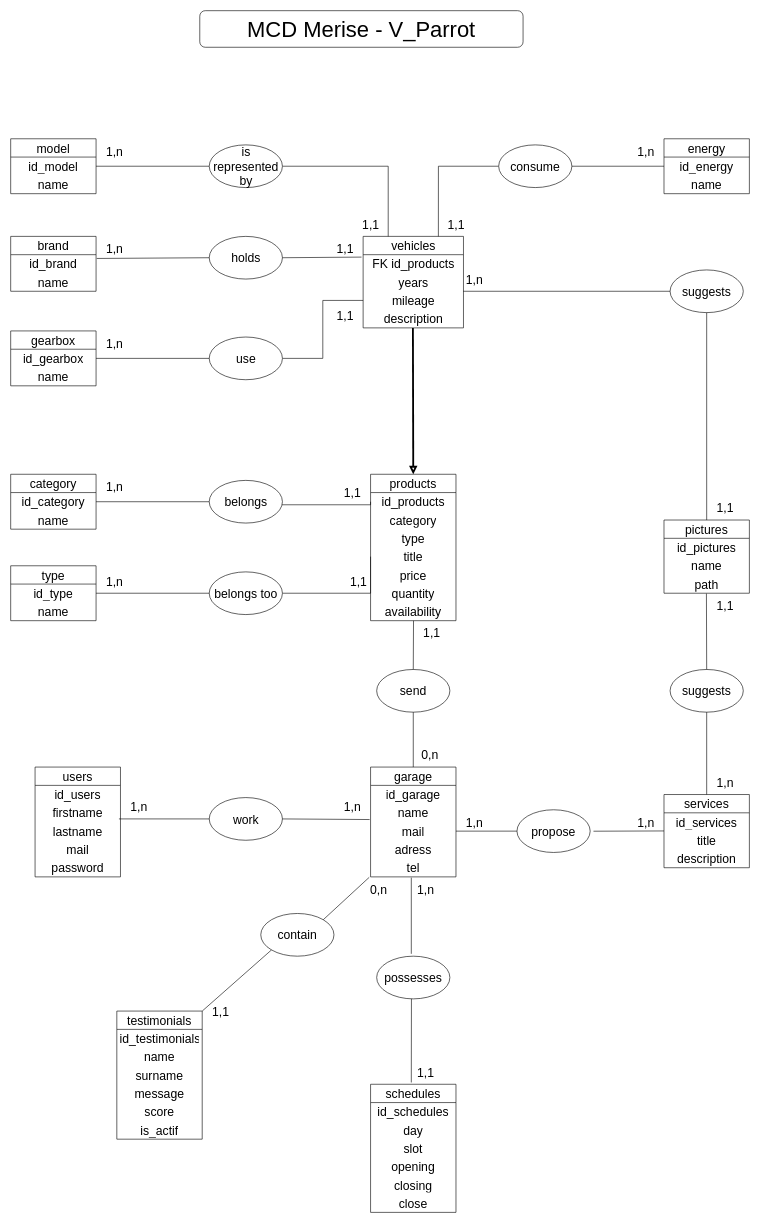
Lykoleen/SF_V_Parrot keeps this draw.io diagram as doc/MCD.drawio. Above is the earlier version. Source tidied: cells renumbered, new cells numbered last; positions are measured from the earlier drawing's top-left corner, leaving out a move shared by most shapes. Both pictures are drawn from the tidied source at 61%, with x=0, y=0 at pixel (10, 10).
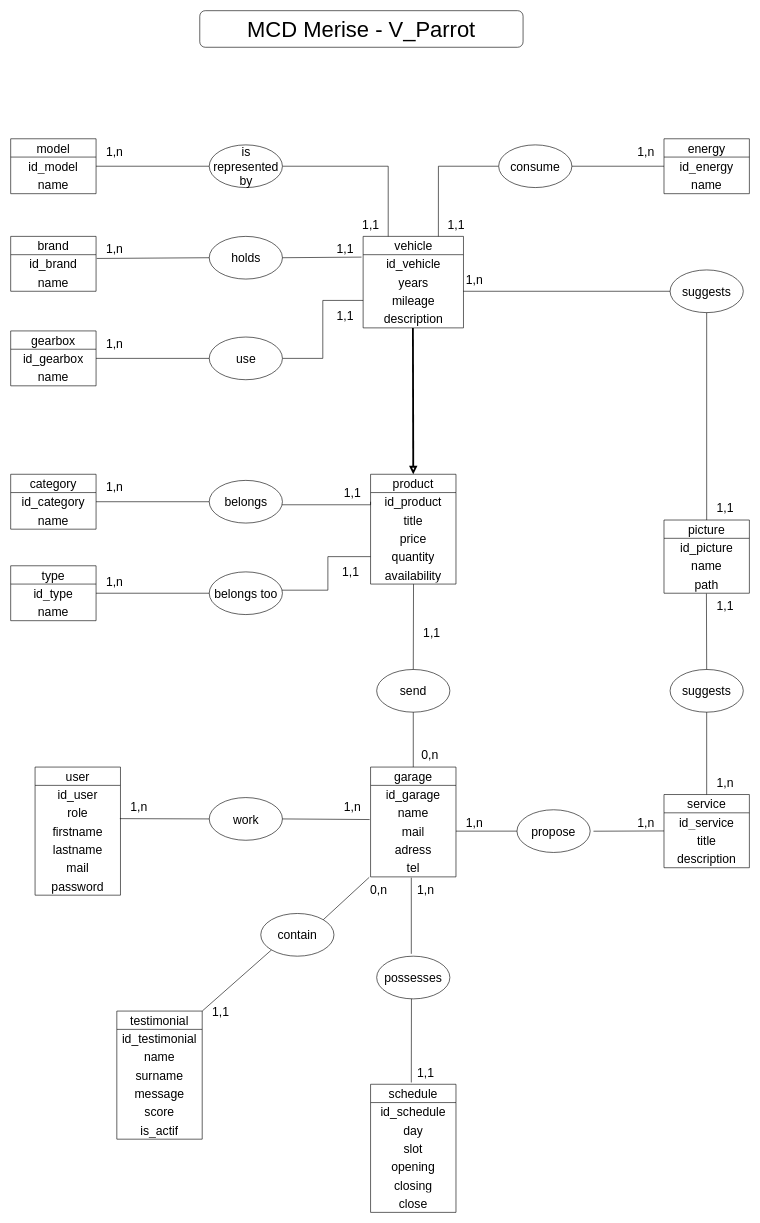
Above is the later version.

Unchanged cells that the change refers to:
```xml
<mxCell id="61" value="work" style="ellipse;whiteSpace=wrap;html=1;fontSize=20;" parent="1" vertex="1">
  <mxGeometry x="325.5" y="1290" width="120" height="70" as="geometry" />
</mxCell>
<mxCell id="65" value="1,n" style="text;html=1;align=center;verticalAlign=middle;points=[];strokeColor=none;fillColor=none;fontSize=20;" parent="1" vertex="1">
  <mxGeometry x="180" y="1285" width="60" height="40" as="geometry" />
</mxCell>
<mxCell id="112" value="belongs too" style="ellipse;whiteSpace=wrap;html=1;fontSize=20;" parent="1" vertex="1">
  <mxGeometry x="325.5" y="920" width="120" height="70" as="geometry" />
</mxCell>
```

The edit, as a diff of the source:
```diff
@@
-    <mxCell id="3" value="schedules" style="swimlane;fontStyle=0;horizontal=1;startSize=30;whiteSpace=wrap;html=1;align=center;fontSize=20;" parent="1" vertex="1">
+    <mxCell id="3" value="schedule" style="swimlane;fontStyle=0;horizontal=1;startSize=30;whiteSpace=wrap;html=1;align=center;fontSize=20;" parent="1" vertex="1">
       <mxGeometry x="590" y="1760" width="140" height="210" as="geometry" />
     </mxCell>
-    <mxCell id="4" value="id_schedules" style="text;strokeColor=none;fillColor=none;align=center;verticalAlign=middle;spacingLeft=4;spacingRight=4;overflow=hidden;whiteSpace=wrap;html=1;fontSize=20;" parent="3" vertex="1">
+    <mxCell id="4" value="id_schedule" style="text;strokeColor=none;fillColor=none;align=center;verticalAlign=middle;spacingLeft=4;spacingRight=4;overflow=hidden;whiteSpace=wrap;html=1;fontSize=20;" parent="3" vertex="1">
       <mxGeometry y="30" width="140" height="30" as="geometry" />
     </mxCell>
@@
-    <mxCell id="22" value="services" style="swimlane;fontStyle=0;horizontal=1;startSize=30;whiteSpace=wrap;html=1;align=center;fontSize=20;" parent="1" vertex="1">
+    <mxCell id="22" value="service" style="swimlane;fontStyle=0;horizontal=1;startSize=30;whiteSpace=wrap;html=1;align=center;fontSize=20;" parent="1" vertex="1">
       <mxGeometry x="1071" y="1285" width="140" height="120" as="geometry" />
     </mxCell>
-    <mxCell id="23" value="id_services" style="text;strokeColor=none;fillColor=none;align=center;verticalAlign=middle;spacingLeft=4;spacingRight=4;overflow=hidden;whiteSpace=wrap;html=1;fontSize=20;" parent="22" vertex="1">
+    <mxCell id="23" value="id_service" style="text;strokeColor=none;fillColor=none;align=center;verticalAlign=middle;spacingLeft=4;spacingRight=4;overflow=hidden;whiteSpace=wrap;html=1;fontSize=20;" parent="22" vertex="1">
       <mxGeometry y="30" width="140" height="30" as="geometry" />
     </mxCell>
@@
-    <mxCell id="28" value="testimonials" style="swimlane;fontStyle=0;horizontal=1;startSize=30;whiteSpace=wrap;html=1;align=center;fontSize=20;" parent="1" vertex="1">
+    <mxCell id="28" value="testimonial" style="swimlane;fontStyle=0;horizontal=1;startSize=30;whiteSpace=wrap;html=1;align=center;fontSize=20;" parent="1" vertex="1">
       <mxGeometry x="174" y="1640" width="140" height="210" as="geometry" />
     </mxCell>
-    <mxCell id="29" value="id_testimonials" style="text;strokeColor=none;fillColor=none;align=center;verticalAlign=middle;spacingLeft=4;spacingRight=4;overflow=hidden;whiteSpace=wrap;html=1;fontSize=20;" parent="28" vertex="1">
+    <mxCell id="29" value="id_testimonial" style="text;strokeColor=none;fillColor=none;align=center;verticalAlign=middle;spacingLeft=4;spacingRight=4;overflow=hidden;whiteSpace=wrap;html=1;fontSize=20;" parent="28" vertex="1">
       <mxGeometry y="30" width="140" height="30" as="geometry" />
     </mxCell>
@@
-    <mxCell id="42" value="products" style="swimlane;fontStyle=0;horizontal=1;startSize=30;whiteSpace=wrap;html=1;align=center;fontSize=20;" parent="1" vertex="1">
-      <mxGeometry x="590" y="760" width="140" height="240" as="geometry" />
+    <mxCell id="42" value="product" style="swimlane;fontStyle=0;horizontal=1;startSize=30;whiteSpace=wrap;html=1;align=center;fontSize=20;" parent="1" vertex="1">
+      <mxGeometry x="590" y="760" width="140" height="180" as="geometry" />
     </mxCell>
-    <mxCell id="43" value="id_products" style="text;strokeColor=none;fillColor=none;align=center;verticalAlign=middle;spacingLeft=4;spacingRight=4;overflow=hidden;whiteSpace=wrap;html=1;fontSize=20;" parent="42" vertex="1">
+    <mxCell id="43" value="id_product" style="text;strokeColor=none;fillColor=none;align=center;verticalAlign=middle;spacingLeft=4;spacingRight=4;overflow=hidden;whiteSpace=wrap;html=1;fontSize=20;" parent="42" vertex="1">
       <mxGeometry y="30" width="140" height="30" as="geometry" />
     </mxCell>
-    <mxCell id="44" value="category" style="text;strokeColor=none;fillColor=none;align=center;verticalAlign=middle;spacingLeft=4;spacingRight=4;overflow=hidden;whiteSpace=wrap;html=1;fontSize=20;" parent="42" vertex="1">
-      <mxGeometry y="60" width="140" height="30" as="geometry" />
-    </mxCell>
-    <mxCell id="45" value="type" style="text;strokeColor=none;fillColor=none;align=center;verticalAlign=middle;spacingLeft=4;spacingRight=4;overflow=hidden;whiteSpace=wrap;html=1;fontSize=20;" parent="42" vertex="1">
-      <mxGeometry y="90" width="140" height="30" as="geometry" />
-    </mxCell>
     <mxCell id="46" value="title" style="text;strokeColor=none;fillColor=none;align=center;verticalAlign=middle;spacingLeft=4;spacingRight=4;overflow=hidden;whiteSpace=wrap;html=1;fontSize=20;" parent="42" vertex="1">
-      <mxGeometry y="120" width="140" height="30" as="geometry" />
+      <mxGeometry y="60" width="140" height="30" as="geometry" />
     </mxCell>
     <mxCell id="47" value="price" style="text;strokeColor=none;fillColor=none;align=center;verticalAlign=middle;spacingLeft=4;spacingRight=4;overflow=hidden;whiteSpace=wrap;html=1;fontSize=20;" parent="42" vertex="1">
-      <mxGeometry y="150" width="140" height="30" as="geometry" />
+      <mxGeometry y="90" width="140" height="30" as="geometry" />
     </mxCell>
     <mxCell id="48" value="quantity" style="text;strokeColor=none;fillColor=none;align=center;verticalAlign=middle;spacingLeft=4;spacingRight=4;overflow=hidden;whiteSpace=wrap;html=1;fontSize=20;" parent="42" vertex="1">
-      <mxGeometry y="180" width="140" height="30" as="geometry" />
+      <mxGeometry y="120" width="140" height="30" as="geometry" />
     </mxCell>
     <mxCell id="49" value="availability" style="text;strokeColor=none;fillColor=none;align=center;verticalAlign=middle;spacingLeft=4;spacingRight=4;overflow=hidden;points=[[0,0.5],[1,0.5]];portConstraint=eastwest;whiteSpace=wrap;html=1;fontSize=20;" parent="42" vertex="1">
-      <mxGeometry y="210" width="140" height="30" as="geometry" />
+      <mxGeometry y="150" width="140" height="30" as="geometry" />
     </mxCell>
@@
-    <mxCell id="55" value="users" style="swimlane;fontStyle=0;horizontal=1;startSize=30;whiteSpace=wrap;html=1;align=center;fontSize=20;" parent="1" vertex="1">
-      <mxGeometry x="40" y="1240" width="140" height="180" as="geometry" />
+    <mxCell id="55" value="user" style="swimlane;fontStyle=0;horizontal=1;startSize=30;whiteSpace=wrap;html=1;align=center;fontSize=20;" parent="1" vertex="1">
+      <mxGeometry x="40" y="1240" width="140" height="210" as="geometry" />
     </mxCell>
-    <mxCell id="56" value="id_users" style="text;strokeColor=none;fillColor=none;align=center;verticalAlign=middle;spacingLeft=4;spacingRight=4;overflow=hidden;whiteSpace=wrap;html=1;fontSize=20;" parent="55" vertex="1">
+    <mxCell id="56" value="id_user" style="text;strokeColor=none;fillColor=none;align=center;verticalAlign=middle;spacingLeft=4;spacingRight=4;overflow=hidden;whiteSpace=wrap;html=1;fontSize=20;" parent="55" vertex="1">
       <mxGeometry y="30" width="140" height="30" as="geometry" />
     </mxCell>
+    <mxCell id="134" value="role" style="text;strokeColor=none;fillColor=none;align=center;verticalAlign=middle;spacingLeft=4;spacingRight=4;overflow=hidden;whiteSpace=wrap;html=1;fontSize=20;" parent="55" vertex="1">
+      <mxGeometry y="60" width="140" height="30" as="geometry" />
+    </mxCell>
     <mxCell id="57" value="firstname" style="text;strokeColor=none;fillColor=none;align=center;verticalAlign=middle;spacingLeft=4;spacingRight=4;overflow=hidden;whiteSpace=wrap;html=1;fontSize=20;" parent="55" vertex="1">
-      <mxGeometry y="60" width="140" height="30" as="geometry" />
+      <mxGeometry y="90" width="140" height="30" as="geometry" />
     </mxCell>
     <mxCell id="58" value="lastname" style="text;strokeColor=none;fillColor=none;align=center;verticalAlign=middle;spacingLeft=4;spacingRight=4;overflow=hidden;points=[[0,0.5],[1,0.5]];portConstraint=eastwest;whiteSpace=wrap;html=1;fontSize=20;" parent="55" vertex="1">
-      <mxGeometry y="90" width="140" height="30" as="geometry" />
+      <mxGeometry y="120" width="140" height="30" as="geometry" />
     </mxCell>
     <mxCell id="59" value="mail" style="text;strokeColor=none;fillColor=none;align=center;verticalAlign=middle;spacingLeft=4;spacingRight=4;overflow=hidden;whiteSpace=wrap;html=1;fontSize=20;" parent="55" vertex="1">
-      <mxGeometry y="120" width="140" height="30" as="geometry" />
+      <mxGeometry y="150" width="140" height="30" as="geometry" />
     </mxCell>
     <mxCell id="60" value="password" style="text;strokeColor=none;fillColor=none;align=center;verticalAlign=middle;spacingLeft=4;spacingRight=4;overflow=hidden;whiteSpace=wrap;html=1;fontSize=20;" parent="55" vertex="1">
-      <mxGeometry y="150" width="140" height="30" as="geometry" />
+      <mxGeometry y="180" width="140" height="30" as="geometry" />
     </mxCell>
@@
-    <mxCell id="62" style="endArrow=none;html=1;rounded=0;exitX=0.982;exitY=-0.167;exitDx=0;exitDy=0;entryX=0;entryY=0.5;entryDx=0;entryDy=0;exitPerimeter=0;" parent="1" edge="1" source="58" target="61">
+    <mxCell id="62" style="endArrow=none;html=1;rounded=0;exitX=-0.017;exitY=0.988;exitDx=0;exitDy=0;entryX=0;entryY=0.5;entryDx=0;entryDy=0;exitPerimeter=0;" parent="1" edge="1" source="65" target="61">
       <mxGeometry relative="1" as="geometry" />
     </mxCell>
@@
-    <mxCell id="66" value="vehicles" style="swimlane;fontStyle=0;horizontal=1;startSize=30;whiteSpace=wrap;html=1;align=center;fontSize=20;" parent="1" vertex="1">
+    <mxCell id="66" value="vehicle" style="swimlane;fontStyle=0;horizontal=1;startSize=30;whiteSpace=wrap;html=1;align=center;fontSize=20;" parent="1" vertex="1">
       <mxGeometry x="577.8" y="370" width="164.5" height="150" as="geometry" />
     </mxCell>
-    <mxCell id="67" value="FK id_products" style="text;strokeColor=none;fillColor=none;align=center;verticalAlign=middle;spacingLeft=4;spacingRight=4;overflow=hidden;points=[[0,0.5],[1,0.5]];portConstraint=eastwest;whiteSpace=wrap;html=1;fontSize=20;" parent="66" vertex="1">
+    <mxCell id="67" value="id_vehicle" style="text;strokeColor=none;fillColor=none;align=center;verticalAlign=middle;spacingLeft=4;spacingRight=4;overflow=hidden;points=[[0,0.5],[1,0.5]];portConstraint=eastwest;whiteSpace=wrap;html=1;fontSize=20;" parent="66" vertex="1">
       <mxGeometry y="30" width="164.5" height="30" as="geometry" />
     </mxCell>
@@
-    <mxCell id="88" value="pictures" style="swimlane;fontStyle=0;horizontal=1;startSize=30;whiteSpace=wrap;html=1;align=center;fontSize=20;" parent="1" vertex="1">
+    <mxCell id="88" value="picture" style="swimlane;fontStyle=0;horizontal=1;startSize=30;whiteSpace=wrap;html=1;align=center;fontSize=20;" parent="1" vertex="1">
       <mxGeometry x="1071" y="835" width="140" height="120" as="geometry" />
     </mxCell>
-    <mxCell id="89" value="id_pictures" style="text;strokeColor=none;fillColor=none;align=center;verticalAlign=middle;spacingLeft=4;spacingRight=4;overflow=hidden;whiteSpace=wrap;html=1;fontSize=20;" parent="88" vertex="1">
+    <mxCell id="89" value="id_picture" style="text;strokeColor=none;fillColor=none;align=center;verticalAlign=middle;spacingLeft=4;spacingRight=4;overflow=hidden;whiteSpace=wrap;html=1;fontSize=20;" parent="88" vertex="1">
       <mxGeometry y="30" width="140" height="30" as="geometry" />
     </mxCell>
@@
     <mxCell id="111" style="edgeStyle=orthogonalEdgeStyle;rounded=0;jettySize=auto;html=1;entryX=0;entryY=0.5;entryDx=0;entryDy=0;endArrow=none;endFill=0;" parent="1" edge="1" source="112">
       <mxGeometry relative="1" as="geometry">
         <mxPoint x="590" y="895" as="targetPoint" />
         <Array as="points">
-          <mxPoint x="590" y="955" />
+          <mxPoint x="520" y="950" />
+          <mxPoint x="520" y="895" />
         </Array>
       </mxGeometry>
     </mxCell>
@@
     <mxCell id="116" value="1,1" style="text;html=1;align=center;verticalAlign=middle;strokeColor=none;fillColor=none;fontSize=20;" parent="1" vertex="1">
-      <mxGeometry x="540" y="915" width="60" height="40" as="geometry" />
+      <mxGeometry x="527" y="900" width="60" height="40" as="geometry" />
     </mxCell>
```
